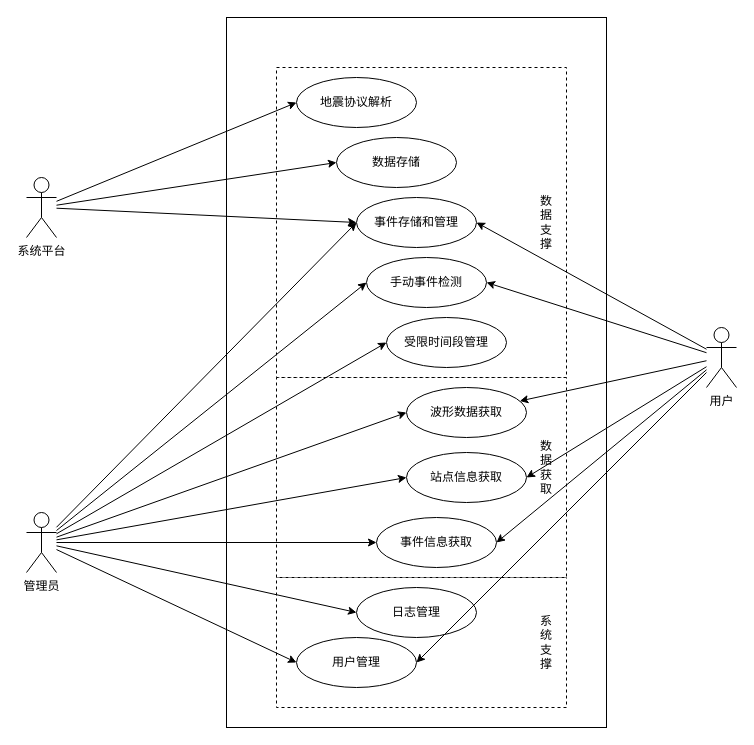
Earlier version of the draw.io diagram 管理系统/总体需求用例图.drawio (Diend-7/-). Source tidied: cells renumbered, new cells numbered last; positions are measured from the earlier drawing's top-left corner, leaving out a move shared by most shapes. Both pictures are drawn from the tidied source at 100%, with x=0, y=0 at pixel (26, 17).
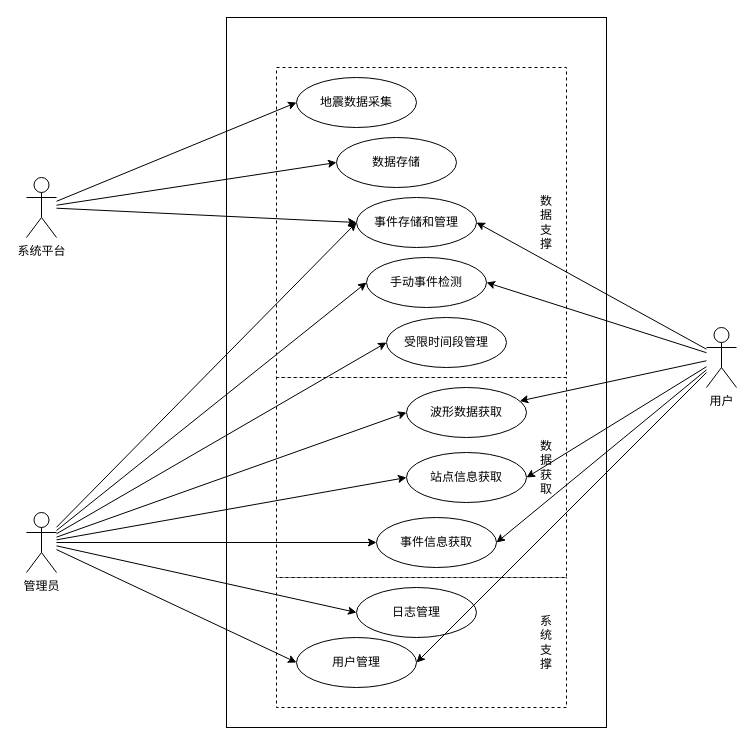
The same diagram, later.

Commit message:
更新总体需求用例图.drawio

Diff of the diagram source:
```diff
@@
-    <mxCell id="10" value="地震协议解析" style="ellipse;whiteSpace=wrap;html=1;" parent="1" vertex="1">
+    <mxCell id="10" value="地震数据采集" style="ellipse;whiteSpace=wrap;html=1;" parent="1" vertex="1">
       <mxGeometry x="270" y="60" width="120" height="50" as="geometry" />
     </mxCell>
```
